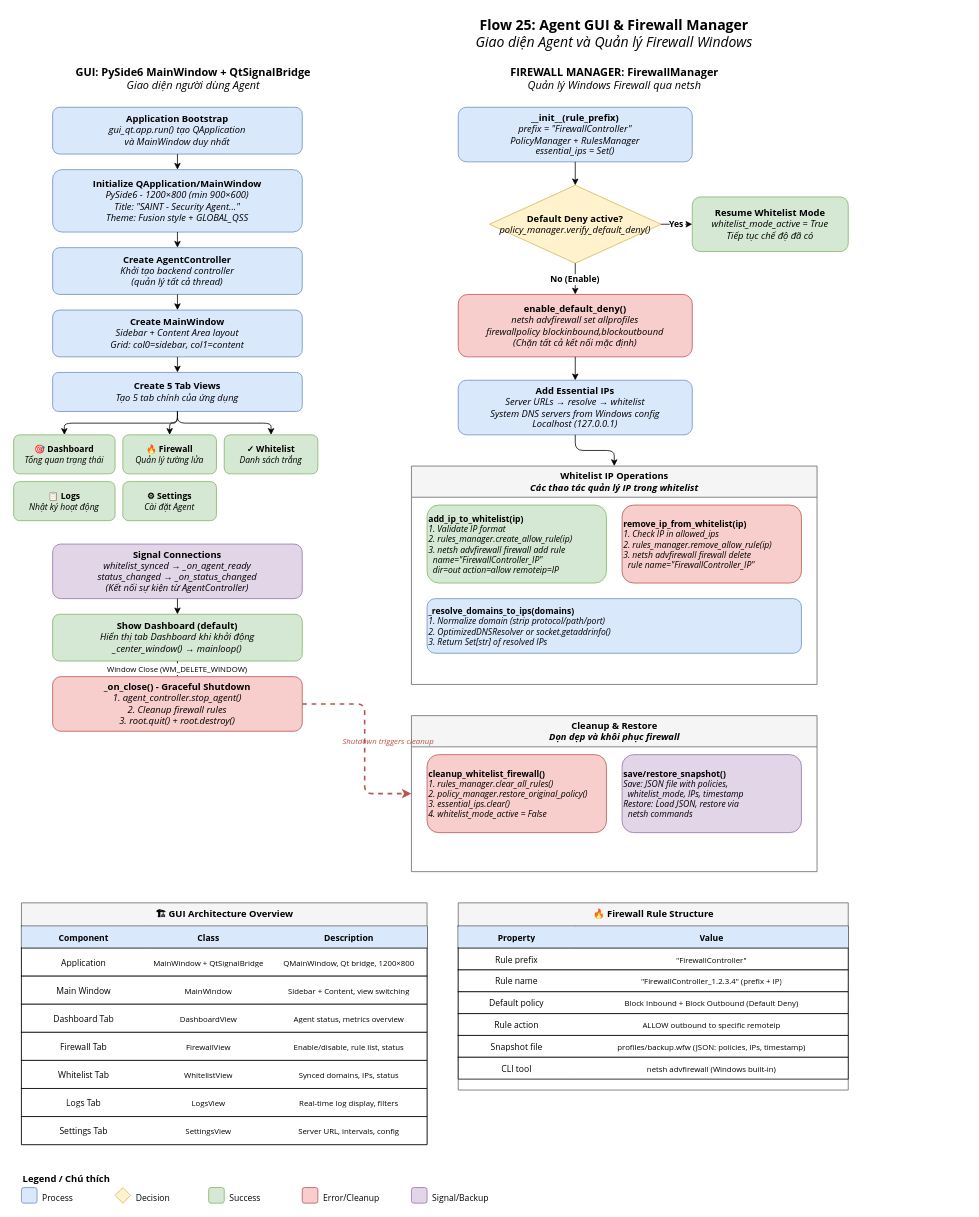
The draw.io diagram docs/flow-diagrams/25-agent-gui-firewall-manager-flow.drawio in Son0ngu/Firewall_controller_enhanced, before the edit. Source tidied: cells renumbered, new cells numbered last; positions are measured from the earlier drawing's top-left corner, leaving out a move shared by most shapes. Both pictures are drawn from the tidied source at 78%, with x=0, y=0 at pixel (13, 13).
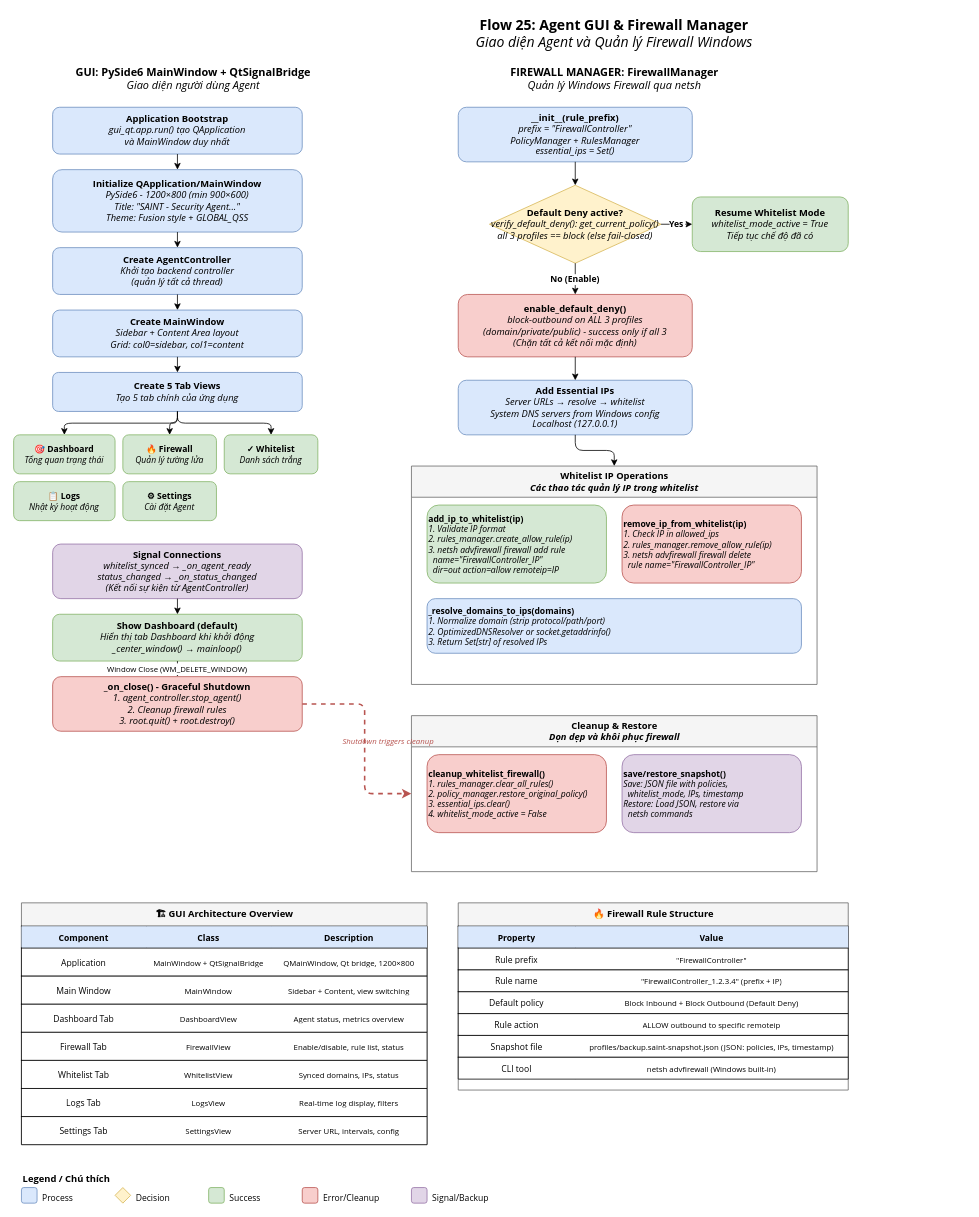
The same diagram, later.

The change refers to these unchanged cells:
```xml
<mxCell id="95" style="shape=tableRow;horizontal=0;startSize=0;swimlaneHead=0;swimlaneBody=0;fontSize=11;fontFamily=Segoe UI;html=1;" parent="79" vertex="1">
  <mxGeometry y="170" width="500" height="28" as="geometry" />
</mxCell>
```

What changed in the source:
```diff
@@
-    <mxCell id="28" value="&lt;b&gt;Default Deny active?&lt;/b&gt;&lt;br&gt;&lt;i&gt;policy_manager.verify_default_deny()&lt;/i&gt;" style="rhombus;whiteSpace=wrap;html=1;fillColor=#fff2cc;strokeColor=#d6b656;fontFamily=Segoe UI;fontSize=12;" parent="1" vertex="1">
+    <mxCell id="28" value="&lt;b&gt;Default Deny active?&lt;/b&gt;&lt;br&gt;&lt;i&gt;verify_default_deny(): get_current_policy()&lt;br&gt;all 3 profiles == block (else fail-closed)&lt;/i&gt;" style="rhombus;whiteSpace=wrap;html=1;fillColor=#fff2cc;strokeColor=#d6b656;fontFamily=Segoe UI;fontSize=12;" parent="1" vertex="1">
       <mxGeometry x="610" y="220" width="220" height="100" as="geometry" />
     </mxCell>
@@
-    <mxCell id="32" value="&lt;b&gt;enable_default_deny()&lt;/b&gt;&lt;br&gt;&lt;i&gt;netsh advfirewall set allprofiles&lt;br&gt;firewallpolicy blockinbound,blockoutbound&lt;br&gt;(Chặn tất cả kết nối mặc định)&lt;/i&gt;" style="rounded=1;whiteSpace=wrap;html=1;fillColor=#f8cecc;strokeColor=#b85450;fontFamily=Segoe UI;fontSize=12;" parent="1" vertex="1">
+    <mxCell id="32" value="&lt;b&gt;enable_default_deny()&lt;/b&gt;&lt;br&gt;&lt;i&gt;block-outbound on ALL 3 profiles&lt;br&gt;(domain/private/public) - success only if all 3&lt;br&gt;(Chặn tất cả kết nối mặc định)&lt;/i&gt;" style="rounded=1;whiteSpace=wrap;html=1;fillColor=#f8cecc;strokeColor=#b85450;fontFamily=Segoe UI;fontSize=12;" parent="1" vertex="1">
       <mxGeometry x="570" y="360" width="300" height="80" as="geometry" />
     </mxCell>
@@
-    <mxCell id="97" value="profiles/backup.wfw (JSON: policies, IPs, timestamp)" style="shape=partialRectangle;fillColor=none;top=0;left=0;bottom=0;right=0;overflow=hidden;fontFamily=Segoe UI;fontSize=10;html=1;" parent="95" vertex="1">
+    <mxCell id="97" value="profiles/backup.saint-snapshot.json (JSON: policies, IPs, timestamp)" style="shape=partialRectangle;fillColor=none;top=0;left=0;bottom=0;right=0;overflow=hidden;fontFamily=Segoe UI;fontSize=10;html=1;" parent="95" vertex="1">
       <mxGeometry x="150" width="350" height="28" as="geometry" />
     </mxCell>
```
